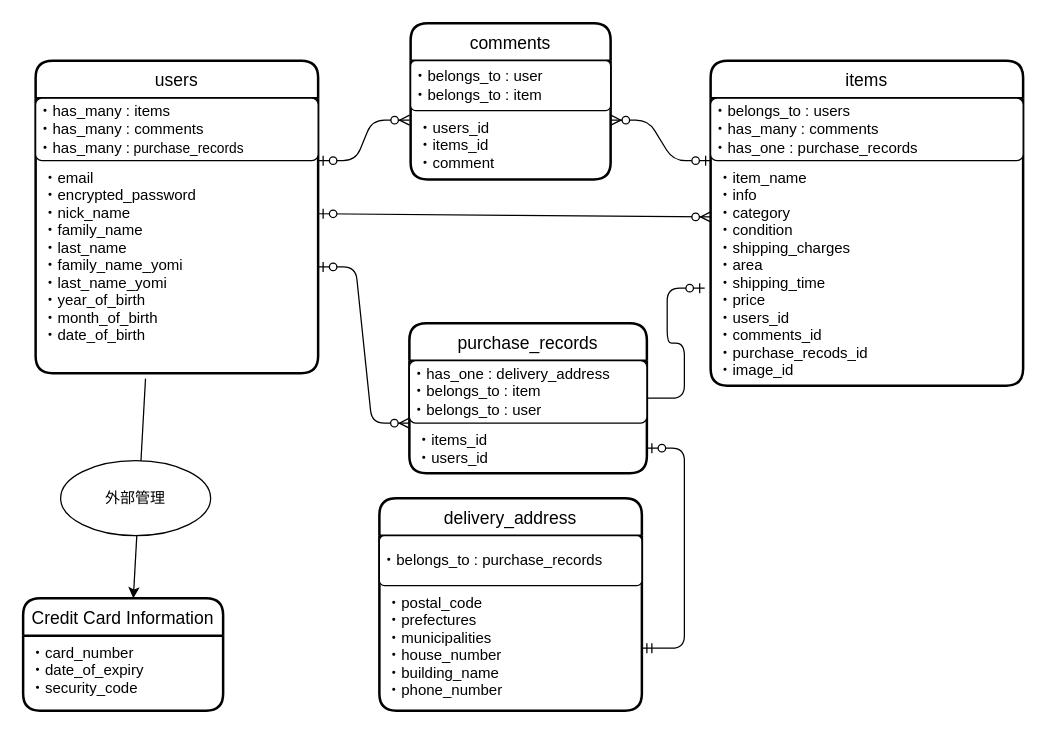
The draw.io diagram furima.dio in erika-kodera/furima-37567, before the edit. Source tidied: cells renumbered, new cells numbered last; positions are measured from the earlier drawing's top-left corner, leaving out a move shared by most shapes. Both pictures are drawn from the tidied source at 125%, with x=0, y=0 at pixel (22, 22).
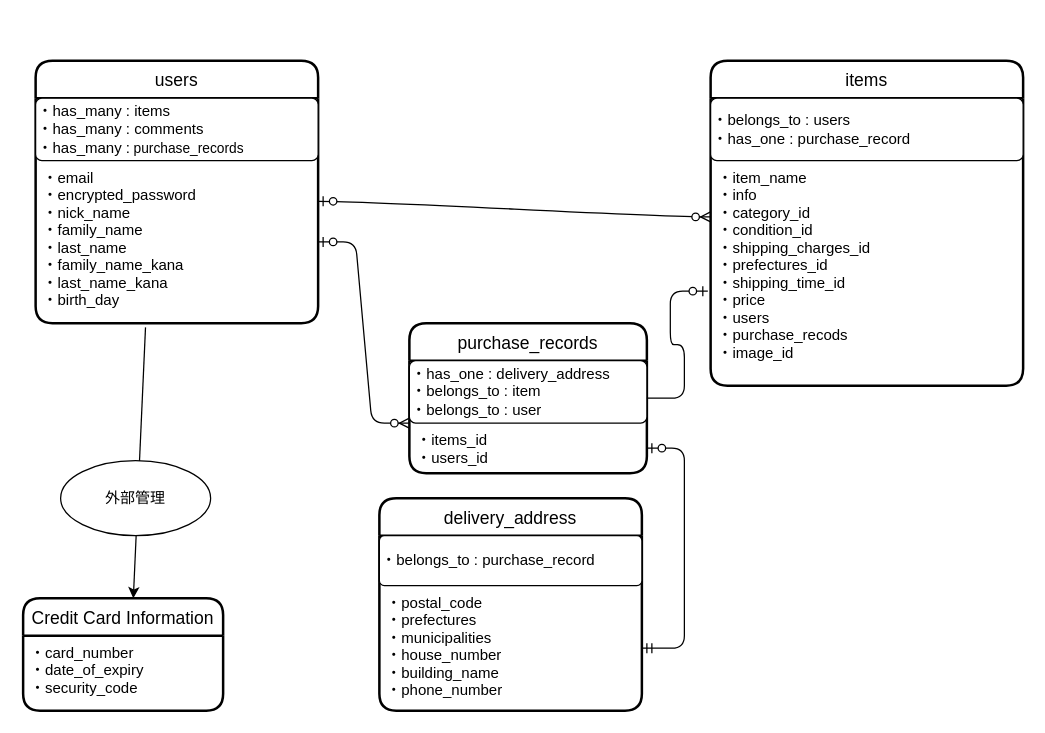
Above is the later version.

Commit message (it also covers changes not shown here):
DB設計&ER図の修正

Unchanged cells that the change refers to:
```xml
<mxCell id="2" value="items" style="swimlane;horizontal=1;startSize=30;rounded=1;fontSize=14;fontStyle=0;strokeWidth=2;shadow=0;dashed=0;align=center;" parent="1" vertex="1">
  <mxGeometry x="550" y="30" width="250" height="260" as="geometry" />
</mxCell>
<mxCell id="7" value="delivery_address" style="swimlane;horizontal=1;startSize=30;rounded=1;fontSize=14;fontStyle=0;strokeWidth=2;shadow=0;dashed=0;align=center;" parent="1" vertex="1">
  <mxGeometry x="285" y="380" width="210" height="170" as="geometry" />
</mxCell>
<mxCell id="19" value="purchase_records" style="swimlane;horizontal=1;startSize=30;rounded=1;fontSize=14;fontStyle=0;strokeWidth=2;shadow=0;dashed=0;align=center;" parent="1" vertex="1">
  <mxGeometry x="309" y="240" width="190" height="120" as="geometry" />
</mxCell>
```

Diff of the diagram source:
```diff
@@
-    <mxCell id="3" value="&lt;span&gt;・belongs_to : users&lt;/span&gt;&lt;br&gt;&lt;span&gt;・has_many : comments&lt;br&gt;・has_one : purchase_records&lt;br&gt;&lt;/span&gt;" style="rounded=1;arcSize=10;whiteSpace=wrap;html=1;align=left;" parent="2" vertex="1">
+    <mxCell id="3" value="&lt;span&gt;・belongs_to : users&lt;/span&gt;&lt;span&gt;&lt;br&gt;・has_one : purchase_record&lt;br&gt;&lt;/span&gt;" style="rounded=1;arcSize=10;whiteSpace=wrap;html=1;align=left;" parent="2" vertex="1">
       <mxGeometry y="30" width="250" height="50" as="geometry" />
     </mxCell>
-    <mxCell id="4" value="・item_name&#10;・info&#10;・category&#10;・condition&#10;・shipping_charges&#10;・area&#10;・shipping_time&#10;・price&#10;・users_id&#10;・comments_id&#10;・purchase_recods_id&#10;・image_id" style="align=left;strokeColor=none;fillColor=none;spacingLeft=4;fontSize=12;verticalAlign=top;" parent="2" vertex="1">
+    <mxCell id="4" value="・item_name&#10;・info&#10;・category_id&#10;・condition_id&#10;・shipping_charges_id&#10;・prefectures_id&#10;・shipping_time_id&#10;・price&#10;・users&#10;・purchase_recods&#10;・image_id" style="align=left;strokeColor=none;fillColor=none;spacingLeft=4;fontSize=12;verticalAlign=top;" parent="2" vertex="1">
       <mxGeometry y="80" width="250" height="180" as="geometry" />
     </mxCell>
@@
-    <mxCell id="8" value="・belongs_to : purchase_records" style="rounded=1;arcSize=10;whiteSpace=wrap;html=1;align=left;" parent="7" vertex="1">
+    <mxCell id="8" value="・belongs_to : purchase_record" style="rounded=1;arcSize=10;whiteSpace=wrap;html=1;align=left;" parent="7" vertex="1">
       <mxGeometry y="30" width="210" height="40" as="geometry" />
     </mxCell>
@@
-    <mxCell id="12" value="comments" style="swimlane;horizontal=1;startSize=30;rounded=1;fontSize=14;fontStyle=0;strokeWidth=2;shadow=0;dashed=0;align=center;" parent="1" vertex="1">
-      <mxGeometry x="310" width="160" height="125" as="geometry" />
-    </mxCell>
-    <mxCell id="13" value="&lt;span&gt;・belongs_to : user&lt;/span&gt;&lt;br&gt;&lt;div&gt;&lt;span&gt;・belongs_to : item&lt;/span&gt;&lt;/div&gt;" style="rounded=1;arcSize=10;whiteSpace=wrap;html=1;align=left;" parent="12" vertex="1">
-      <mxGeometry y="30" width="160" height="40" as="geometry" />
-    </mxCell>
-    <mxCell id="14" value="・users_id&#10;・items_id&#10;・comment" style="align=left;strokeColor=none;fillColor=none;spacingLeft=4;fontSize=12;verticalAlign=top;" parent="12" vertex="1">
-      <mxGeometry y="70" width="160" height="55" as="geometry" />
-    </mxCell>
-    <mxCell id="15" style="edgeStyle=entityRelationEdgeStyle;fontSize=12;html=1;endArrow=ERzeroToMany;startArrow=ERzeroToOne;exitX=1;exitY=0;exitDx=0;exitDy=0;entryX=-0.005;entryY=0.139;entryDx=0;entryDy=0;entryPerimeter=0;" parent="1" edge="1" source="26" target="14">
-      <mxGeometry relative="1" as="geometry" />
-    </mxCell>
@@
-    <mxCell id="17" style="edgeStyle=entityRelationEdgeStyle;fontSize=12;html=1;endArrow=ERzeroToMany;startArrow=ERzeroToOne;entryX=1.001;entryY=0.139;entryDx=0;entryDy=0;exitX=0;exitY=0;exitDx=0;exitDy=0;entryPerimeter=0;" parent="1" edge="1" source="4" target="14">
-      <mxGeometry relative="1" as="geometry" />
-    </mxCell>
@@
-    <mxCell id="23" style="edgeStyle=entityRelationEdgeStyle;fontSize=12;html=1;endArrow=ERzeroToOne;endFill=1;exitX=1;exitY=0.5;exitDx=0;exitDy=0;entryX=-0.019;entryY=0.567;entryDx=0;entryDy=0;entryPerimeter=0;" parent="1" edge="1" source="19" target="4">
+    <mxCell id="23" style="edgeStyle=entityRelationEdgeStyle;fontSize=12;html=1;endArrow=ERzeroToOne;endFill=1;exitX=1;exitY=0.5;exitDx=0;exitDy=0;entryX=-0.009;entryY=0.58;entryDx=0;entryDy=0;entryPerimeter=0;" parent="1" edge="1" source="19" target="4">
       <mxGeometry relative="1" as="geometry" />
     </mxCell>
     <mxCell id="24" value="users" style="swimlane;horizontal=1;startSize=30;rounded=1;fontSize=14;fontStyle=0;strokeWidth=2;shadow=0;dashed=0;align=center;" parent="1" vertex="1">
-      <mxGeometry x="10" y="30" width="226" height="250" as="geometry" />
+      <mxGeometry x="10" y="30" width="226" height="210" as="geometry" />
     </mxCell>
@@
-    <mxCell id="26" value="・email&#10;・encrypted_password&#10;・nick_name&#10;・family_name&#10;・last_name&#10;・family_name_yomi&#10;・last_name_yomi&#10;・year_of_birth&#10;・month_of_birth&#10;・date_of_birth" style="align=left;strokeColor=none;fillColor=none;spacingLeft=4;fontSize=12;verticalAlign=top;" parent="24" vertex="1">
-      <mxGeometry y="80" width="226" height="170" as="geometry" />
+    <mxCell id="26" value="・email&#10;・encrypted_password&#10;・nick_name&#10;・family_name&#10;・last_name&#10;・family_name_kana&#10;・last_name_kana&#10;・birth_day" style="align=left;strokeColor=none;fillColor=none;spacingLeft=4;fontSize=12;verticalAlign=top;" parent="24" vertex="1">
+      <mxGeometry y="80" width="226" height="130" as="geometry" />
     </mxCell>
```
